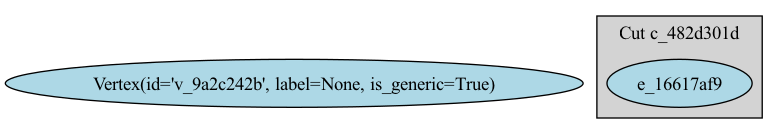
Earlier version of the Graphviz export visual_output/roberts_cut.png (mijahauan/Arisbe). Its source is kept beside it as visual_output/roberts_cut.dot. Its diagram source:
```dot
digraph EG {
  rankdir=TB;
  node [shape=ellipse, style=filled, fillcolor=lightblue];
  edge [color=darkblue];

  "Vertex(id='v_9a2c242b', label=None, is_generic=True)" [label="Vertex(id='v_9a2c242b', label=None, is_generic=True)"];
  subgraph cluster_0 {
    label="Cut c_482d301d";
    style=filled;
    fillcolor=lightgray;
    "e_16617af9";
  }
}
```
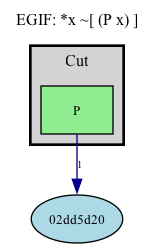
The same diagram one commit later.

Diff of the diagram source:
```diff
@@ -1,13 +1,22 @@
 digraph EG {
   rankdir=TB;
-  node [shape=ellipse, style=filled, fillcolor=lightblue];
-  edge [color=darkblue];
+  compound=true;
+  node [fontsize=10];
 
-  "Vertex(id='v_9a2c242b', label=None, is_generic=True)" [label="Vertex(id='v_9a2c242b', label=None, is_generic=True)"];
-  subgraph cluster_0 {
-    label="Cut c_482d301d";
+  label="EGIF: *x ~[ (P x) ]";
+  labelloc="t";
+  fontsize=12;
+
+  "pred_e_955c842e" [label="P", shape=box, style=filled, fillcolor=lightgreen];
+  "Vertex(id='v_02dd5d20', label=None, is_generic=True)" [label="02dd5d20", shape=ellipse, style=filled, fillcolor=lightblue];
+  subgraph cluster_0_0 {
+    label="Cut";
     style=filled;
     fillcolor=lightgray;
-    "e_16617af9";
+    color=black;
+    penwidth=2;
+    "pred_e_955c842e";
   }
+
+  "pred_e_955c842e" -> "Vertex(id='v_02dd5d20', label=None, is_generic=True)" [label="1", color=darkblue, fontsize=8];
 }
```
